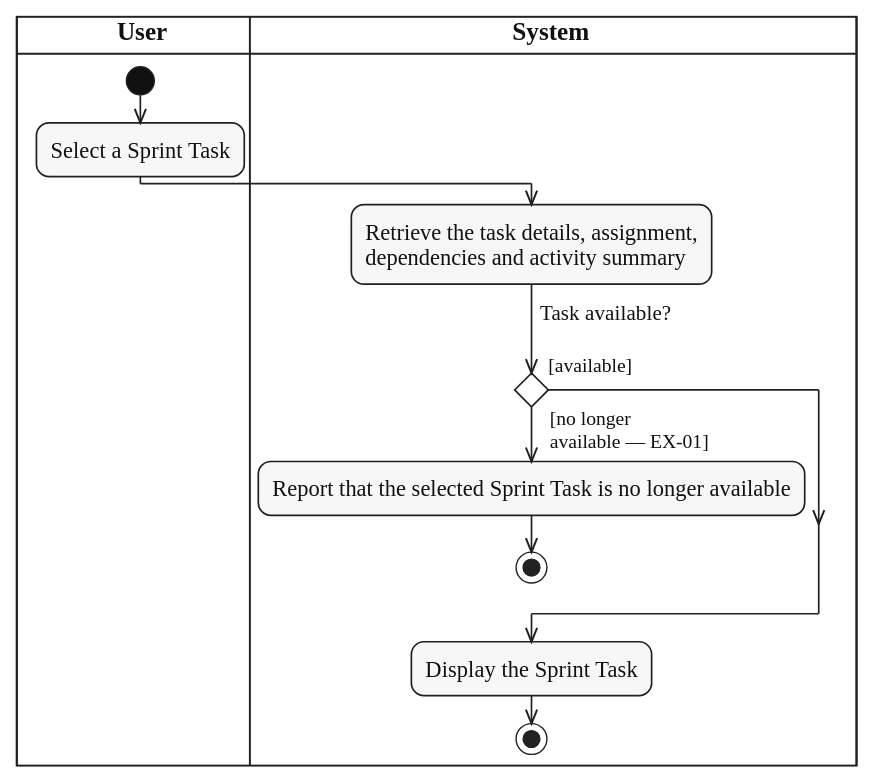
Above: diagrams/activity/sprint-work/svg/UC-SPRINT-TASK-VIEW.svg in lukenab/swd392-doc-automation (PlantUML), before the change. Its source is kept beside it as diagrams/activity/sprint-work/source/UC-SPRINT-TASK-VIEW.puml. Source of this version:
```plantuml
@startuml UC-SPRINT-TASK-VIEW
!include ../../_shared/activity-style.puml
|USR| $lane_title("User")
|SYS| $lane_title("System")

|USR|
start
:Select a Sprint Task;
|SYS|
:Retrieve the task details, assignment,
dependencies and activity summary;
if ($question("Task available?")) then ($guard_left("[available]"))
else ($guard_right("[no longer", "available — EX-01]"))
  :Report that the selected Sprint Task is no longer available;
  stop
endif
:Display the Sprint Task;
stop
@enduml
```
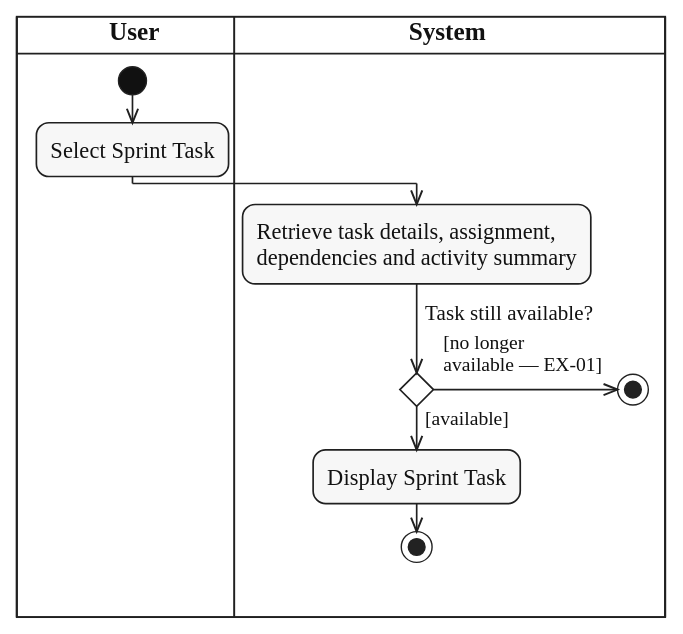
The same file after the commit.

What changed in the source:
```diff
@@ -5,15 +5,15 @@
 
 |USR|
 start
-:Select a Sprint Task;
+:Select Sprint Task;
 |SYS|
-:Retrieve the task details, assignment,
+:Retrieve task details, assignment,
 dependencies and activity summary;
-if ($question("Task available?")) then ($guard_left("[available]"))
+if ($question("Task still available?")) then ($guard_left("[available]"))
+  :Display Sprint Task;
+  stop
 else ($guard_right("[no longer", "available — EX-01]"))
-  :Report that the selected Sprint Task is no longer available;
+  |SYS|
   stop
 endif
-:Display the Sprint Task;
-stop
 @enduml
```
